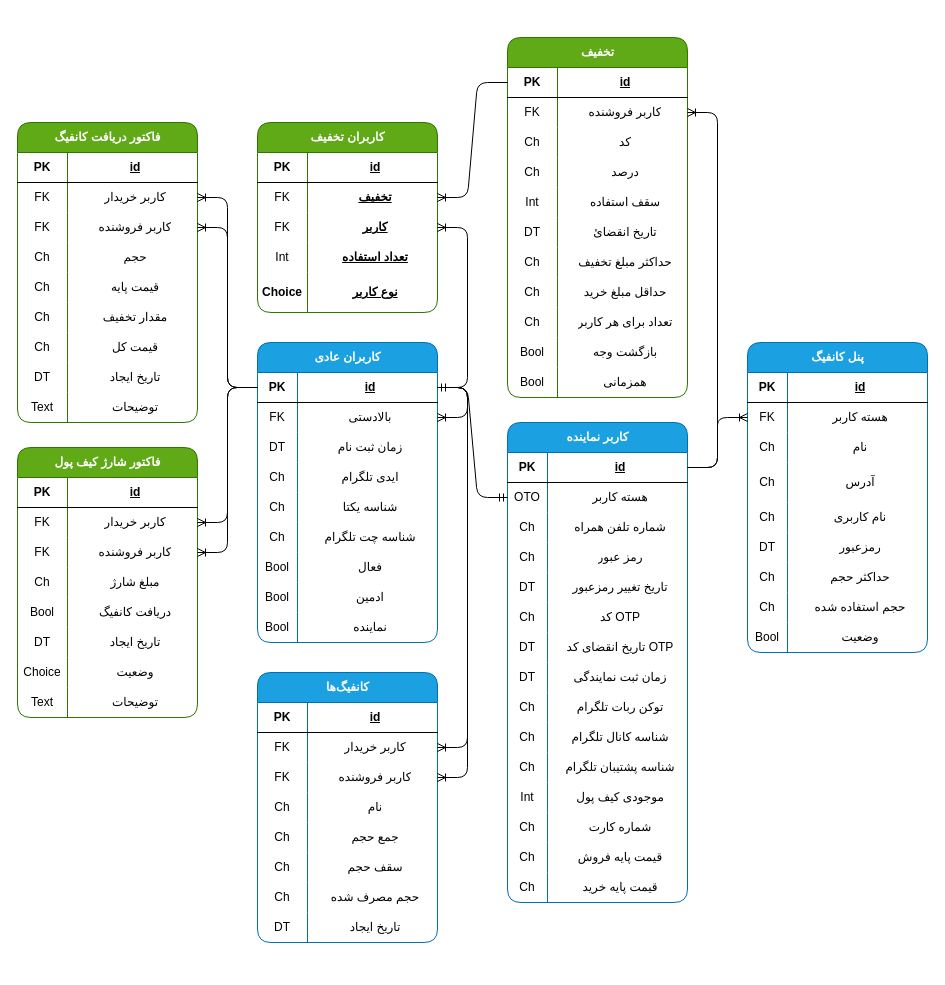
This is DBMap.drawio from rasraz/representative_panel, a draw.io file, before an edit. Source tidied: cells renumbered, new cells numbered last; positions are measured from the earlier drawing's top-left corner, leaving out a move shared by most shapes. Both pictures are drawn from the tidied source at 100%, with x=0, y=0 at pixel (17, 37).
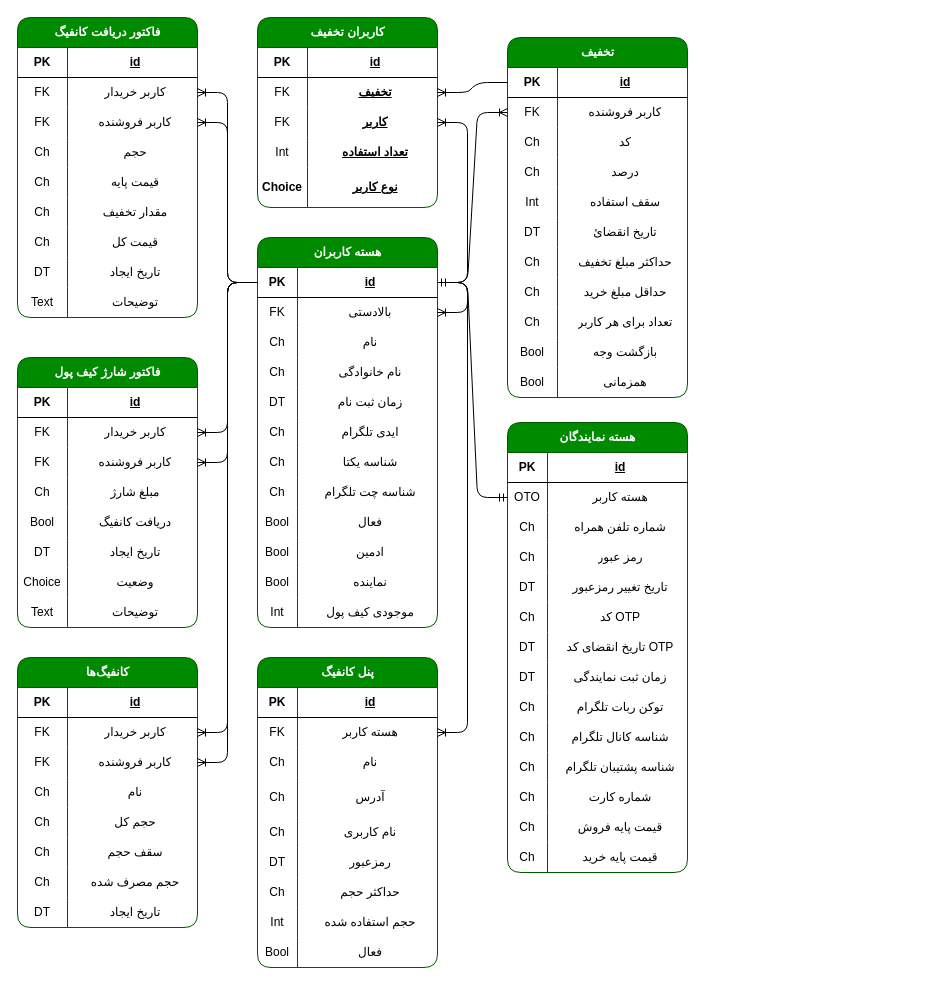
After the change.

Unchanged cells that the change refers to:
```xml
<mxCell id="3" style="shape=tableRow;horizontal=0;startSize=0;swimlaneHead=0;swimlaneBody=0;fillColor=none;points=[[0,0.5],[1,0.5]];portConstraint=eastwest;top=0;left=0;right=0;bottom=1;swimlaneFillColor=default;" parent="2" vertex="1">
  <mxGeometry y="30" width="180" height="30" as="geometry" />
</mxCell>
<mxCell id="32" style="shape=tableRow;horizontal=0;startSize=0;swimlaneHead=0;swimlaneBody=0;fillColor=none;points=[[0,0.5],[1,0.5]];portConstraint=eastwest;top=0;left=0;right=0;bottom=1;swimlaneFillColor=default;" parent="31" vertex="1">
  <mxGeometry y="30" width="180" height="30" as="geometry" />
</mxCell>
<mxCell id="139" style="shape=tableRow;horizontal=0;startSize=0;swimlaneHead=0;swimlaneBody=0;fillColor=none;points=[[0,0.5],[1,0.5]];portConstraint=eastwest;top=0;left=0;right=0;bottom=0;swimlaneFillColor=default;fontColor=#ffffff;strokeColor=#006EAF;" parent="135" vertex="1">
  <mxGeometry y="60" width="180" height="30" as="geometry" />
</mxCell>
<mxCell id="157" style="shape=tableRow;horizontal=0;startSize=0;swimlaneHead=0;swimlaneBody=0;fillColor=none;top=0;left=0;right=0;bottom=0;swimlaneFillColor=default;" parent="135" vertex="1">
  <mxGeometry y="250" width="180" height="30" as="geometry" />
</mxCell>
<mxCell id="160" style="shape=tableRow;horizontal=0;startSize=0;swimlaneHead=0;swimlaneBody=0;fillColor=none;top=0;left=0;right=0;bottom=0;swimlaneFillColor=default;" parent="135" vertex="1">
  <mxGeometry y="280" width="180" height="30" as="geometry" />
</mxCell>
<mxCell id="167" style="shape=tableRow;horizontal=0;startSize=0;swimlaneHead=0;swimlaneBody=0;fillColor=none;points=[[0,0.5],[1,0.5]];portConstraint=eastwest;top=0;left=0;right=0;bottom=0;swimlaneFillColor=default;fontColor=#ffffff;strokeColor=#006EAF;" parent="163" vertex="1">
  <mxGeometry y="60" width="180" height="30" as="geometry" />
</mxCell>
<mxCell id="230" style="shape=tableRow;horizontal=0;startSize=0;swimlaneHead=0;swimlaneBody=0;fillColor=none;top=0;left=0;right=0;bottom=0;swimlaneFillColor=default;" parent="217" vertex="1">
  <mxGeometry y="150" width="180" height="30" as="geometry" />
</mxCell>
```

Diff of the diagram source:
```diff
@@
-    <mxCell id="2" value="کاربران عادی" style="shape=table;startSize=30;childLayout=tableLayout;rowLines=0;fontStyle=1;align=center;html=1;rounded=1;fillColor=#1ba1e2;fontColor=#ffffff;strokeColor=#006EAF;swimlaneFillColor=default;" parent="1" vertex="1">
-      <mxGeometry x="240" y="305" width="180" height="300" as="geometry" />
+    <mxCell id="2" value="هسته کاربران" style="shape=table;startSize=30;childLayout=tableLayout;rowLines=0;fontStyle=1;align=center;html=1;rounded=1;fillColor=#008a00;fontColor=#ffffff;strokeColor=#005700;swimlaneFillColor=default;" parent="1" vertex="1">
+      <mxGeometry x="240" y="200" width="180" height="390" as="geometry" />
     </mxCell>
@@
+    <mxCell id="244" style="shape=tableRow;horizontal=0;startSize=0;swimlaneHead=0;swimlaneBody=0;fillColor=none;top=0;left=0;right=0;bottom=0;swimlaneFillColor=default;" parent="2" vertex="1">
+      <mxGeometry y="90" width="180" height="30" as="geometry" />
+    </mxCell>
+    <mxCell id="245" value="Ch" style="shape=partialRectangle;fillColor=none;top=0;left=0;bottom=0;right=0;overflow=hidden;whiteSpace=wrap;html=1;swimlaneFillColor=default;" parent="244" vertex="1">
+      <mxGeometry width="40" height="30" as="geometry" />
+    </mxCell>
+    <mxCell id="246" value="نام" style="shape=partialRectangle;fillColor=none;top=0;left=0;bottom=0;right=0;align=center;spacingLeft=6;overflow=hidden;whiteSpace=wrap;html=1;swimlaneFillColor=default;" parent="244" vertex="1">
+      <mxGeometry x="40" width="140" height="30" as="geometry" />
+    </mxCell>
+    <mxCell id="247" style="shape=tableRow;horizontal=0;startSize=0;swimlaneHead=0;swimlaneBody=0;fillColor=none;top=0;left=0;right=0;bottom=0;swimlaneFillColor=default;" parent="2" vertex="1">
+      <mxGeometry y="120" width="180" height="30" as="geometry" />
+    </mxCell>
+    <mxCell id="248" value="Ch" style="shape=partialRectangle;fillColor=none;top=0;left=0;bottom=0;right=0;overflow=hidden;whiteSpace=wrap;html=1;swimlaneFillColor=default;" parent="247" vertex="1">
+      <mxGeometry width="40" height="30" as="geometry" />
+    </mxCell>
+    <mxCell id="249" value="نام خانوادگی" style="shape=partialRectangle;fillColor=none;top=0;left=0;bottom=0;right=0;align=center;spacingLeft=6;overflow=hidden;whiteSpace=wrap;html=1;swimlaneFillColor=default;" parent="247" vertex="1">
+      <mxGeometry x="40" width="140" height="30" as="geometry" />
+    </mxCell>
     <mxCell id="9" style="shape=tableRow;horizontal=0;startSize=0;swimlaneHead=0;swimlaneBody=0;fillColor=none;top=0;left=0;right=0;bottom=0;swimlaneFillColor=default;" parent="2" vertex="1">
-      <mxGeometry y="90" width="180" height="30" as="geometry" />
+      <mxGeometry y="150" width="180" height="30" as="geometry" />
     </mxCell>
@@
     <mxCell id="12" style="shape=tableRow;horizontal=0;startSize=0;swimlaneHead=0;swimlaneBody=0;fillColor=none;top=0;left=0;right=0;bottom=0;swimlaneFillColor=default;" parent="2" vertex="1">
-      <mxGeometry y="120" width="180" height="30" as="geometry" />
+      <mxGeometry y="180" width="180" height="30" as="geometry" />
     </mxCell>
@@
     <mxCell id="15" style="shape=tableRow;horizontal=0;startSize=0;swimlaneHead=0;swimlaneBody=0;fillColor=none;top=0;left=0;right=0;bottom=0;swimlaneFillColor=default;" parent="2" vertex="1">
-      <mxGeometry y="150" width="180" height="30" as="geometry" />
+      <mxGeometry y="210" width="180" height="30" as="geometry" />
     </mxCell>
@@
     <mxCell id="18" style="shape=tableRow;horizontal=0;startSize=0;swimlaneHead=0;swimlaneBody=0;fillColor=none;top=0;left=0;right=0;bottom=0;swimlaneFillColor=default;" parent="2" vertex="1">
-      <mxGeometry y="180" width="180" height="30" as="geometry" />
+      <mxGeometry y="240" width="180" height="30" as="geometry" />
     </mxCell>
@@
     <mxCell id="21" style="shape=tableRow;horizontal=0;startSize=0;swimlaneHead=0;swimlaneBody=0;fillColor=none;top=0;left=0;right=0;bottom=0;swimlaneFillColor=default;" parent="2" vertex="1">
-      <mxGeometry y="210" width="180" height="30" as="geometry" />
+      <mxGeometry y="270" width="180" height="30" as="geometry" />
     </mxCell>
@@
     <mxCell id="24" style="shape=tableRow;horizontal=0;startSize=0;swimlaneHead=0;swimlaneBody=0;fillColor=none;top=0;left=0;right=0;bottom=0;swimlaneFillColor=default;" parent="2" vertex="1">
-      <mxGeometry y="240" width="180" height="30" as="geometry" />
+      <mxGeometry y="300" width="180" height="30" as="geometry" />
     </mxCell>
@@
     <mxCell id="27" style="shape=tableRow;horizontal=0;startSize=0;swimlaneHead=0;swimlaneBody=0;fillColor=none;top=0;left=0;right=0;bottom=0;swimlaneFillColor=default;" parent="2" vertex="1">
-      <mxGeometry y="270" width="180" height="30" as="geometry" />
+      <mxGeometry y="330" width="180" height="30" as="geometry" />
     </mxCell>
@@
+    <mxCell id="65" style="shape=tableRow;horizontal=0;startSize=0;swimlaneHead=0;swimlaneBody=0;fillColor=none;top=0;left=0;right=0;bottom=0;swimlaneFillColor=default;" parent="2" vertex="1">
+      <mxGeometry y="360" width="180" height="30" as="geometry" />
+    </mxCell>
+    <mxCell id="66" value="Int" style="shape=partialRectangle;fillColor=none;top=0;left=0;bottom=0;right=0;overflow=hidden;whiteSpace=wrap;html=1;swimlaneFillColor=default;" parent="65" vertex="1">
+      <mxGeometry width="40" height="30" as="geometry" />
+    </mxCell>
+    <mxCell id="67" value="موجودی کیف پول" style="shape=partialRectangle;fillColor=none;top=0;left=0;bottom=0;right=0;align=center;spacingLeft=6;overflow=hidden;whiteSpace=wrap;html=1;swimlaneFillColor=default;" parent="65" vertex="1">
+      <mxGeometry x="40" width="140" height="30" as="geometry" />
+    </mxCell>
@@
-    <mxCell id="31" value="کاربر نماینده" style="shape=table;startSize=30;childLayout=tableLayout;rowLines=0;fontStyle=1;align=center;html=1;rounded=1;fillColor=#1ba1e2;fontColor=#ffffff;strokeColor=#006EAF;swimlaneFillColor=default;" parent="1" vertex="1">
-      <mxGeometry x="490" y="385" width="180" height="480" as="geometry" />
+    <mxCell id="31" value="هسته نمایندگان" style="shape=table;startSize=30;childLayout=tableLayout;rowLines=0;fontStyle=1;align=center;html=1;rounded=1;fillColor=#008a00;fontColor=#ffffff;strokeColor=#005700;swimlaneFillColor=default;" parent="1" vertex="1">
+      <mxGeometry x="490" y="385" width="180" height="450" as="geometry" />
     </mxCell>
@@
-    <mxCell id="65" style="shape=tableRow;horizontal=0;startSize=0;swimlaneHead=0;swimlaneBody=0;fillColor=none;top=0;left=0;right=0;bottom=0;swimlaneFillColor=default;" parent="31" vertex="1">
-      <mxGeometry y="360" width="180" height="30" as="geometry" />
-    </mxCell>
-    <mxCell id="66" value="Int" style="shape=partialRectangle;fillColor=none;top=0;left=0;bottom=0;right=0;overflow=hidden;whiteSpace=wrap;html=1;swimlaneFillColor=default;" parent="65" vertex="1">
-      <mxGeometry width="40" height="30" as="geometry" />
-    </mxCell>
-    <mxCell id="67" value="موجودی کیف پول" style="shape=partialRectangle;fillColor=none;top=0;left=0;bottom=0;right=0;align=center;spacingLeft=6;overflow=hidden;whiteSpace=wrap;html=1;swimlaneFillColor=default;" parent="65" vertex="1">
-      <mxGeometry x="40" width="140" height="30" as="geometry" />
-    </mxCell>
     <mxCell id="68" style="shape=tableRow;horizontal=0;startSize=0;swimlaneHead=0;swimlaneBody=0;fillColor=none;top=0;left=0;right=0;bottom=0;swimlaneFillColor=default;" parent="31" vertex="1">
-      <mxGeometry y="390" width="180" height="30" as="geometry" />
+      <mxGeometry y="360" width="180" height="30" as="geometry" />
     </mxCell>
@@
     <mxCell id="71" style="shape=tableRow;horizontal=0;startSize=0;swimlaneHead=0;swimlaneBody=0;fillColor=none;top=0;left=0;right=0;bottom=0;swimlaneFillColor=default;" parent="31" vertex="1">
-      <mxGeometry y="420" width="180" height="30" as="geometry" />
+      <mxGeometry y="390" width="180" height="30" as="geometry" />
     </mxCell>
@@
     <mxCell id="74" style="shape=tableRow;horizontal=0;startSize=0;swimlaneHead=0;swimlaneBody=0;fillColor=none;top=0;left=0;right=0;bottom=0;swimlaneFillColor=default;" parent="31" vertex="1">
-      <mxGeometry y="450" width="180" height="30" as="geometry" />
+      <mxGeometry y="420" width="180" height="30" as="geometry" />
     </mxCell>
@@
-    <mxCell id="78" value="فاکتور شارژ کیف پول" style="shape=table;startSize=30;childLayout=tableLayout;rowLines=0;fontStyle=1;align=center;html=1;rounded=1;fillColor=#60a917;fontColor=#ffffff;strokeColor=#2D7600;swimlaneFillColor=default;" parent="1" vertex="1">
-      <mxGeometry y="410" width="180" height="270" as="geometry" />
+    <mxCell id="78" value="فاکتور شارژ کیف پول" style="shape=table;startSize=30;childLayout=tableLayout;rowLines=0;fontStyle=1;align=center;html=1;rounded=1;fillColor=#008a00;fontColor=#ffffff;strokeColor=#005700;swimlaneFillColor=default;" parent="1" vertex="1">
+      <mxGeometry y="320" width="180" height="270" as="geometry" />
     </mxCell>
@@
-    <mxCell id="105" value="فاکتور دریافت کانفیگ" style="shape=table;startSize=30;childLayout=tableLayout;rowLines=0;fontStyle=1;align=center;html=1;rounded=1;fillColor=#60a917;fontColor=#ffffff;strokeColor=#2D7600;swimlaneFillColor=default;" parent="1" vertex="1">
-      <mxGeometry y="85" width="180" height="300" as="geometry" />
+    <mxCell id="105" value="فاکتور دریافت کانفیگ" style="shape=table;startSize=30;childLayout=tableLayout;rowLines=0;fontStyle=1;align=center;html=1;rounded=1;fillColor=#008a00;fontColor=#ffffff;strokeColor=#005700;swimlaneFillColor=default;" parent="1" vertex="1">
+      <mxGeometry y="-20" width="180" height="300" as="geometry" />
     </mxCell>
@@
-    <mxCell id="135" value="پنل کانفیگ" style="shape=table;startSize=30;childLayout=tableLayout;rowLines=0;fontStyle=1;align=center;html=1;rounded=1;fillColor=#1ba1e2;fontColor=#ffffff;strokeColor=#006EAF;swimlaneFillColor=default;" parent="1" vertex="1">
-      <mxGeometry x="730" y="305" width="180" height="310" as="geometry" />
+    <mxCell id="135" value="پنل کانفیگ" style="shape=table;startSize=30;childLayout=tableLayout;rowLines=0;fontStyle=1;align=center;html=1;rounded=1;fillColor=#008a00;fontColor=#ffffff;strokeColor=#005700;swimlaneFillColor=default;" parent="1" vertex="1">
+      <mxGeometry x="240" y="620" width="180" height="310" as="geometry" />
     </mxCell>
@@
-    <mxCell id="158" value="Ch" style="shape=partialRectangle;fillColor=none;top=0;left=0;bottom=0;right=0;overflow=hidden;whiteSpace=wrap;html=1;swimlaneFillColor=default;" parent="157" vertex="1">
+    <mxCell id="158" value="Int" style="shape=partialRectangle;fillColor=none;top=0;left=0;bottom=0;right=0;overflow=hidden;whiteSpace=wrap;html=1;swimlaneFillColor=default;" parent="157" vertex="1">
       <mxGeometry width="40" height="30" as="geometry" />
     </mxCell>
@@
-    <mxCell id="162" value="وضعیت" style="shape=partialRectangle;fillColor=none;top=0;left=0;bottom=0;right=0;align=center;spacingLeft=6;overflow=hidden;whiteSpace=wrap;html=1;swimlaneFillColor=default;" parent="160" vertex="1">
+    <mxCell id="162" value="فعال" style="shape=partialRectangle;fillColor=none;top=0;left=0;bottom=0;right=0;align=center;spacingLeft=6;overflow=hidden;whiteSpace=wrap;html=1;swimlaneFillColor=default;" parent="160" vertex="1">
       <mxGeometry x="40" width="140" height="30" as="geometry" />
     </mxCell>
-    <mxCell id="163" value="تخفیف" style="shape=table;startSize=30;childLayout=tableLayout;rowLines=0;fontStyle=1;align=center;html=1;rounded=1;fillColor=#60a917;fontColor=#ffffff;strokeColor=#2D7600;swimlaneFillColor=default;" parent="1" vertex="1">
+    <mxCell id="163" value="تخفیف" style="shape=table;startSize=30;childLayout=tableLayout;rowLines=0;fontStyle=1;align=center;html=1;rounded=1;fillColor=#008a00;fontColor=#ffffff;strokeColor=#005700;swimlaneFillColor=default;" parent="1" vertex="1">
       <mxGeometry x="490" width="180" height="360" as="geometry" />
     </mxCell>
@@
-    <mxCell id="197" value="کاربران تخفیف" style="shape=table;startSize=30;childLayout=tableLayout;rowLines=0;fontStyle=1;align=center;html=1;rounded=1;fillColor=#60a917;fontColor=#ffffff;strokeColor=#2D7600;swimlaneFillColor=default;" parent="1" vertex="1">
-      <mxGeometry x="240" y="85" width="180" height="190" as="geometry" />
+    <mxCell id="197" value="کاربران تخفیف" style="shape=table;startSize=30;childLayout=tableLayout;rowLines=0;fontStyle=1;align=center;html=1;rounded=1;fillColor=#008a00;fontColor=#ffffff;strokeColor=#005700;swimlaneFillColor=default;" parent="1" vertex="1">
+      <mxGeometry x="240" y="-20" width="180" height="190" as="geometry" />
     </mxCell>
@@
-    <mxCell id="213" style="edgeStyle=entityRelationEdgeStyle;fontSize=12;html=1;endArrow=ERoneToMany;rounded=1;curved=0;" parent="1" edge="1" source="32" target="139">
+    <mxCell id="213" style="edgeStyle=entityRelationEdgeStyle;fontSize=12;html=1;endArrow=ERoneToMany;rounded=1;curved=0;" parent="1" edge="1" source="3" target="139">
       <mxGeometry relative="1" as="geometry" />
     </mxCell>
-    <mxCell id="214" style="edgeStyle=entityRelationEdgeStyle;fontSize=12;html=1;endArrow=ERoneToMany;rounded=1;curved=0;" parent="1" edge="1" source="32" target="167">
+    <mxCell id="214" style="edgeStyle=entityRelationEdgeStyle;fontSize=12;html=1;endArrow=ERoneToMany;rounded=1;curved=0;" parent="1" edge="1" source="3" target="167">
       <mxGeometry relative="1" as="geometry" />
     </mxCell>
@@
-    <mxCell id="217" value="کانفیگ‌ها" style="shape=table;startSize=30;childLayout=tableLayout;rowLines=0;fontStyle=1;align=center;html=1;rounded=1;fillColor=#1ba1e2;fontColor=#ffffff;strokeColor=#006EAF;swimlaneFillColor=default;" parent="1" vertex="1">
-      <mxGeometry x="240" y="635" width="180" height="270" as="geometry" />
+    <mxCell id="217" value="کانفیگ‌ها" style="shape=table;startSize=30;childLayout=tableLayout;rowLines=0;fontStyle=1;align=center;html=1;rounded=1;fillColor=#008a00;fontColor=#ffffff;strokeColor=#005700;swimlaneFillColor=default;" parent="1" vertex="1">
+      <mxGeometry y="620" width="180" height="270" as="geometry" />
     </mxCell>
@@
-    <mxCell id="232" value="جمع حجم" style="shape=partialRectangle;fillColor=none;top=0;left=0;bottom=0;right=0;align=center;spacingLeft=6;overflow=hidden;whiteSpace=wrap;html=1;swimlaneFillColor=default;" parent="230" vertex="1">
+    <mxCell id="232" value="حجم کل" style="shape=partialRectangle;fillColor=none;top=0;left=0;bottom=0;right=0;align=center;spacingLeft=6;overflow=hidden;whiteSpace=wrap;html=1;swimlaneFillColor=default;" parent="230" vertex="1">
       <mxGeometry x="50" width="130" height="30" as="geometry" />
     </mxCell>
```
